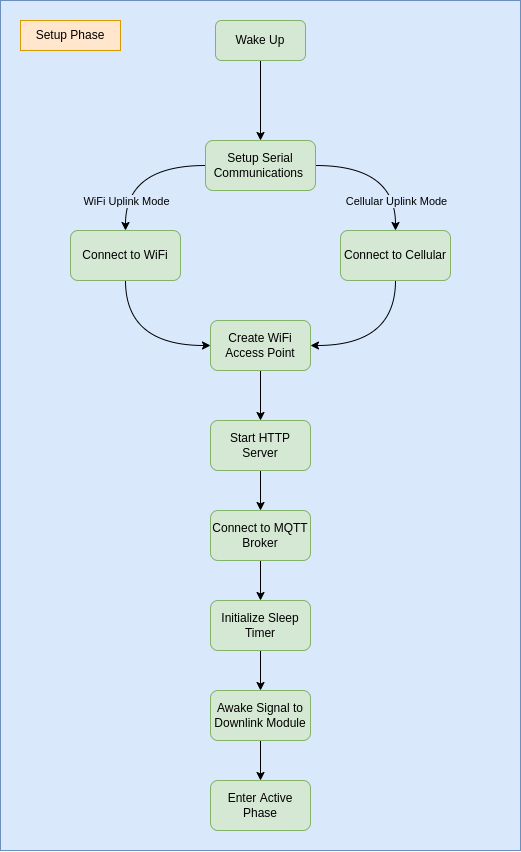
Before: Diagrams/FSM/FSM_Setup.png, a diagram exported from draw.io (albogdan/Thesis). Source tidied: cells renumbered, new cells last; positions are measured from the earlier drawing's top-left corner, leaving out a move shared by most shapes.
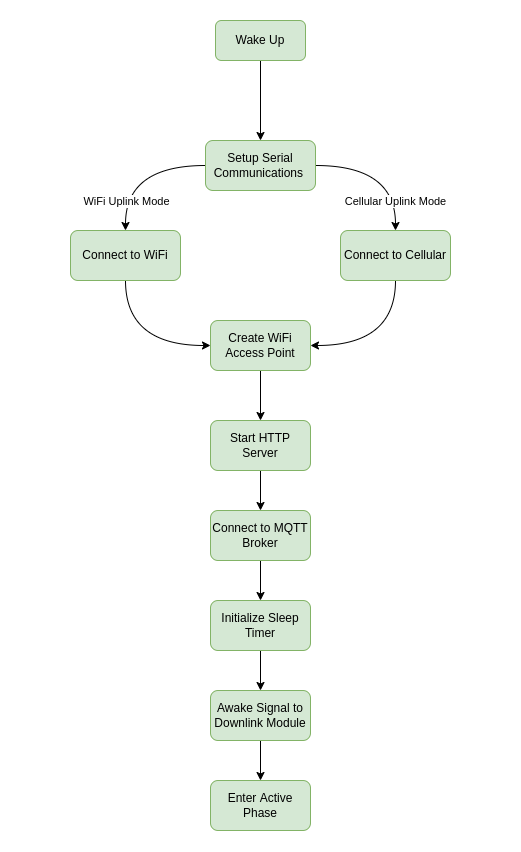
Later version of the same file.

The edit, as a diff of the source:
```diff
@@ -2,7 +2,7 @@
   <root>
     <mxCell id="0" />
     <mxCell id="1" parent="0" />
-    <mxCell id="2" style="rounded=0;whiteSpace=wrap;html=1;fillColor=#dae8fc;strokeColor=#6c8ebf;" parent="1" vertex="1">
+    <mxCell id="2" style="rounded=0;whiteSpace=wrap;html=1;fillColor=none;strokeColor=none;" parent="1" vertex="1">
       <mxGeometry width="520" height="850" as="geometry" />
     </mxCell>
     <mxCell id="3" style="edgeStyle=orthogonalEdgeStyle;curved=1;rounded=0;jettySize=auto;html=1;entryX=0.5;entryY=0;entryDx=0;entryDy=0;" parent="1" edge="1" source="4" target="9">
@@ -14,7 +14,7 @@
     <mxCell id="5" style="edgeStyle=orthogonalEdgeStyle;rounded=0;jettySize=auto;html=1;exitX=1;exitY=0.5;exitDx=0;exitDy=0;entryX=0.5;entryY=0;entryDx=0;entryDy=0;curved=1;" parent="1" edge="1" source="9" target="13">
       <mxGeometry relative="1" as="geometry" />
     </mxCell>
-    <mxCell id="6" value="Cellular Uplink Mode" style="edgeLabel;html=1;align=center;verticalAlign=middle;labelBackgroundColor=#DAE8FC;" parent="5" vertex="1">
+    <mxCell id="6" value="Cellular Uplink Mode" style="edgeLabel;html=1;align=center;verticalAlign=middle;labelBackgroundColor=default;" parent="5" vertex="1">
       <mxGeometry x="-0.12" y="-11" relative="1" as="geometry">
         <mxPoint x="16" y="24" as="offset" />
       </mxGeometry>
@@ -22,7 +22,7 @@
     <mxCell id="7" style="edgeStyle=orthogonalEdgeStyle;curved=1;rounded=0;jettySize=auto;html=1;exitX=0;exitY=0.5;exitDx=0;exitDy=0;" parent="1" edge="1" source="9" target="11">
       <mxGeometry relative="1" as="geometry" />
     </mxCell>
-    <mxCell id="8" value="WiFi Uplink Mode" style="edgeLabel;html=1;align=center;verticalAlign=middle;labelBackgroundColor=#DAE8FC;" parent="7" vertex="1">
+    <mxCell id="8" value="WiFi Uplink Mode" style="edgeLabel;html=1;align=center;verticalAlign=middle;labelBackgroundColor=default;" parent="7" vertex="1">
       <mxGeometry x="-0.24" y="16" relative="1" as="geometry">
         <mxPoint x="-25" y="19" as="offset" />
       </mxGeometry>
@@ -54,29 +54,26 @@
     <mxCell id="17" value="Start HTTP Server" style="rounded=1;whiteSpace=wrap;html=1;fillColor=#d5e8d4;strokeColor=#82b366;" parent="1" vertex="1">
       <mxGeometry x="210" y="420" width="100" height="50" as="geometry" />
     </mxCell>
-    <mxCell id="18" style="edgeStyle=orthogonalEdgeStyle;curved=1;rounded=0;jettySize=auto;html=1;exitX=0.5;exitY=1;exitDx=0;exitDy=0;entryX=0.5;entryY=0;entryDx=0;entryDy=0;" parent="1" edge="1" source="19" target="22">
+    <mxCell id="18" style="edgeStyle=orthogonalEdgeStyle;curved=1;rounded=0;jettySize=auto;html=1;exitX=0.5;exitY=1;exitDx=0;exitDy=0;entryX=0.5;entryY=0;entryDx=0;entryDy=0;" parent="1" edge="1" source="19" target="21">
       <mxGeometry relative="1" as="geometry" />
     </mxCell>
     <mxCell id="19" value="Connect to MQTT Broker" style="rounded=1;whiteSpace=wrap;html=1;fillColor=#d5e8d4;strokeColor=#82b366;" parent="1" vertex="1">
       <mxGeometry x="210" y="510" width="100" height="50" as="geometry" />
     </mxCell>
-    <mxCell id="20" value="Setup Phase" style="text;html=1;strokeColor=#d79b00;fillColor=#ffe6cc;align=center;verticalAlign=middle;whiteSpace=wrap;rounded=0;perimeterSpacing=1;" parent="1" vertex="1">
-      <mxGeometry x="20" y="20" width="100" height="30" as="geometry" />
+    <mxCell id="20" style="edgeStyle=orthogonalEdgeStyle;curved=1;rounded=0;jettySize=auto;html=1;exitX=0.5;exitY=1;exitDx=0;exitDy=0;entryX=0.5;entryY=0;entryDx=0;entryDy=0;" parent="1" edge="1" source="21" target="23">
+      <mxGeometry relative="1" as="geometry" />
     </mxCell>
-    <mxCell id="21" style="edgeStyle=orthogonalEdgeStyle;curved=1;rounded=0;jettySize=auto;html=1;exitX=0.5;exitY=1;exitDx=0;exitDy=0;entryX=0.5;entryY=0;entryDx=0;entryDy=0;" parent="1" edge="1" source="22" target="24">
-      <mxGeometry relative="1" as="geometry" />
+    <mxCell id="21" value="Initialize Sleep Timer" style="rounded=1;whiteSpace=wrap;html=1;fillColor=#d5e8d4;strokeColor=#82b366;" parent="1" vertex="1">
+      <mxGeometry x="210" y="600" width="100" height="50" as="geometry" />
     </mxCell>
-    <mxCell id="22" value="Initialize Sleep Timer" style="rounded=1;whiteSpace=wrap;html=1;fillColor=#d5e8d4;strokeColor=#82b366;" parent="1" vertex="1">
-      <mxGeometry x="210" y="600" width="100" height="50" as="geometry" />
+    <mxCell id="22" style="edgeStyle=orthogonalEdgeStyle;curved=1;rounded=0;jettySize=auto;html=1;exitX=0.5;exitY=1;exitDx=0;exitDy=0;" parent="1" edge="1" source="23" target="24">
+      <mxGeometry relative="1" as="geometry" />
     </mxCell>
-    <mxCell id="23" style="edgeStyle=orthogonalEdgeStyle;curved=1;rounded=0;jettySize=auto;html=1;exitX=0.5;exitY=1;exitDx=0;exitDy=0;" parent="1" edge="1" source="24" target="25">
-      <mxGeometry relative="1" as="geometry" />
+    <mxCell id="23" value="Awake Signal to Downlink Module" style="rounded=1;whiteSpace=wrap;html=1;fillColor=#d5e8d4;strokeColor=#82b366;" parent="1" vertex="1">
+      <mxGeometry x="210" y="690" width="100" height="50" as="geometry" />
     </mxCell>
-    <mxCell id="24" value="Awake Signal to Downlink Module" style="rounded=1;whiteSpace=wrap;html=1;fillColor=#d5e8d4;strokeColor=#82b366;" parent="1" vertex="1">
-      <mxGeometry x="210" y="690" width="100" height="50" as="geometry" />
+    <mxCell id="24" value="Enter Active Phase" style="rounded=1;whiteSpace=wrap;html=1;fillColor=#d5e8d4;strokeColor=#82b366;" parent="1" vertex="1">
+      <mxGeometry x="210" y="780" width="100" height="50" as="geometry" />
     </mxCell>
-    <mxCell id="25" value="Enter Active Phase" style="rounded=1;whiteSpace=wrap;html=1;fillColor=#d5e8d4;strokeColor=#82b366;" parent="1" vertex="1">
-      <mxGeometry x="210" y="780" width="100" height="50" as="geometry" />
-    </mxCell>
   </root>
 </mxGraphModel>
```
